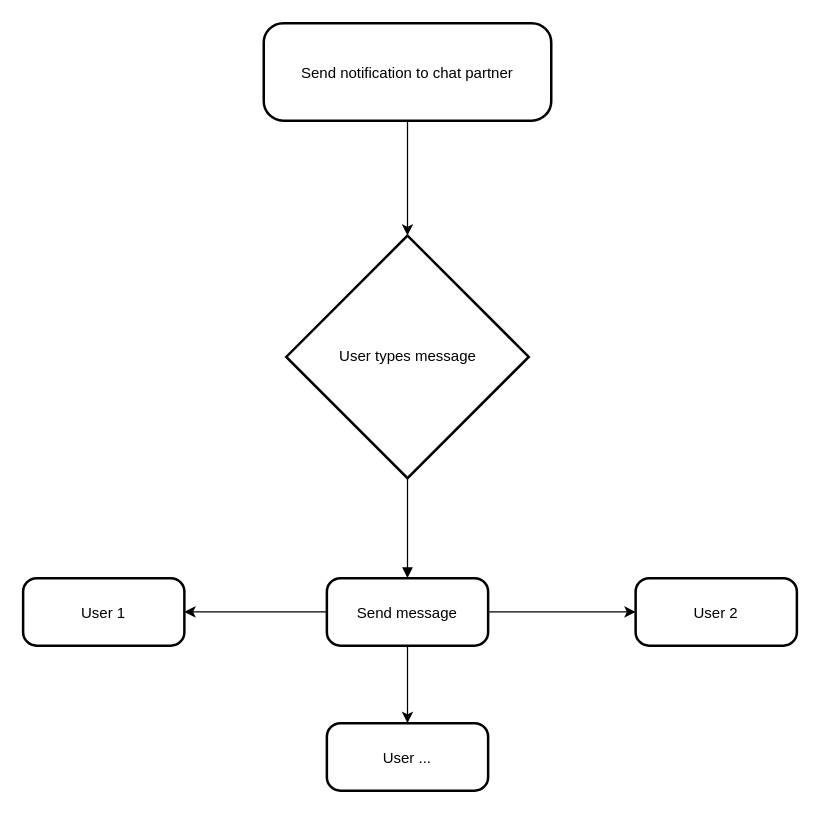
Above: docs/diagramms.net/senderUml.drawio in TIATIP-24-A-a/MumbleMates (draw.io), before the change. Source tidied: cells renumbered, new cells numbered last; positions are measured from the earlier drawing's top-left corner, leaving out a move shared by most shapes. Both pictures are drawn from the tidied source at 125%, with x=0, y=0 at pixel (22, 22).
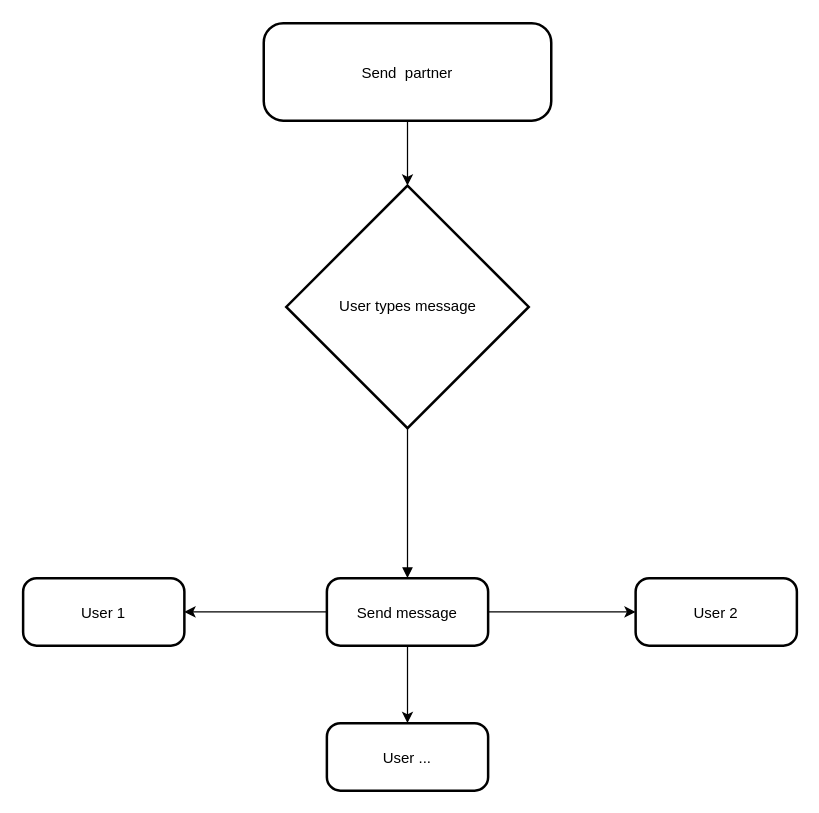
The same diagram, later.

Commit message (it also covers changes not shown here):
docs: changed UML boxes

Change to the diagram source:
```diff
@@
 <mxGraphModel>
   <root>
     <mxCell id="0" />
     <mxCell id="1" parent="0" />
     <mxCell id="2" style="edgeStyle=orthogonalEdgeStyle;rounded=0;jettySize=auto;html=1;exitX=0.5;exitY=1;exitDx=0;exitDy=0;" parent="1" edge="1" source="3" target="4">
       <mxGeometry relative="1" as="geometry" />
     </mxCell>
-    <mxCell id="3" value="Send notification to chat partner" style="rounded=1;arcSize=20;strokeWidth=2;" parent="1" vertex="1">
+    <mxCell id="3" value="Send  partner" style="rounded=1;arcSize=20;strokeWidth=2;" parent="1" vertex="1">
       <mxGeometry x="192.5" width="230" height="78" as="geometry" />
     </mxCell>
     <mxCell id="4" value="User types message" style="rhombus;strokeWidth=2;whiteSpace=wrap;" parent="1" vertex="1">
-      <mxGeometry x="210.5" y="170" width="194" height="194" as="geometry" />
+      <mxGeometry x="210.5" y="130" width="194" height="194" as="geometry" />
     </mxCell>
     <mxCell id="5" style="edgeStyle=orthogonalEdgeStyle;rounded=0;jettySize=auto;html=1;exitX=0.5;exitY=1;exitDx=0;exitDy=0;entryX=0.5;entryY=0;entryDx=0;entryDy=0;" parent="1" edge="1" source="8" target="12">
       <mxGeometry relative="1" as="geometry" />
     </mxCell>
     <mxCell id="6" style="edgeStyle=orthogonalEdgeStyle;rounded=0;jettySize=auto;html=1;exitX=0;exitY=0.5;exitDx=0;exitDy=0;entryX=1;entryY=0.5;entryDx=0;entryDy=0;" parent="1" edge="1" source="8" target="10">
       <mxGeometry relative="1" as="geometry" />
     </mxCell>
     <mxCell id="7" style="edgeStyle=orthogonalEdgeStyle;rounded=0;jettySize=auto;html=1;exitX=1;exitY=0.5;exitDx=0;exitDy=0;entryX=0;entryY=0.5;entryDx=0;entryDy=0;" parent="1" edge="1" source="8" target="11">
       <mxGeometry relative="1" as="geometry" />
     </mxCell>
     <mxCell id="8" value="Send message" style="rounded=1;arcSize=20;strokeWidth=2;" parent="1" vertex="1">
       <mxGeometry x="243" y="444" width="129" height="54" as="geometry" />
     </mxCell>
     <mxCell id="9" style="curved=1;startArrow=none;endArrow=block;entryX=0.5;entryY=0;exitX=0.5;exitY=1;exitDx=0;exitDy=0;entryDx=0;entryDy=0;" parent="1" edge="1" source="4" target="8">
       <mxGeometry relative="1" as="geometry" />
     </mxCell>
     <mxCell id="10" value="User 1" style="rounded=1;arcSize=20;strokeWidth=2;" parent="1" vertex="1">
       <mxGeometry y="444" width="129" height="54" as="geometry" />
     </mxCell>
     <mxCell id="11" value="User 2" style="rounded=1;arcSize=20;strokeWidth=2;" parent="1" vertex="1">
       <mxGeometry x="490" y="444" width="129" height="54" as="geometry" />
     </mxCell>
     <mxCell id="12" value="User ..." style="rounded=1;arcSize=20;strokeWidth=2;" parent="1" vertex="1">
       <mxGeometry x="243" y="560" width="129" height="54" as="geometry" />
     </mxCell>
   </root>
 </mxGraphModel>
```
